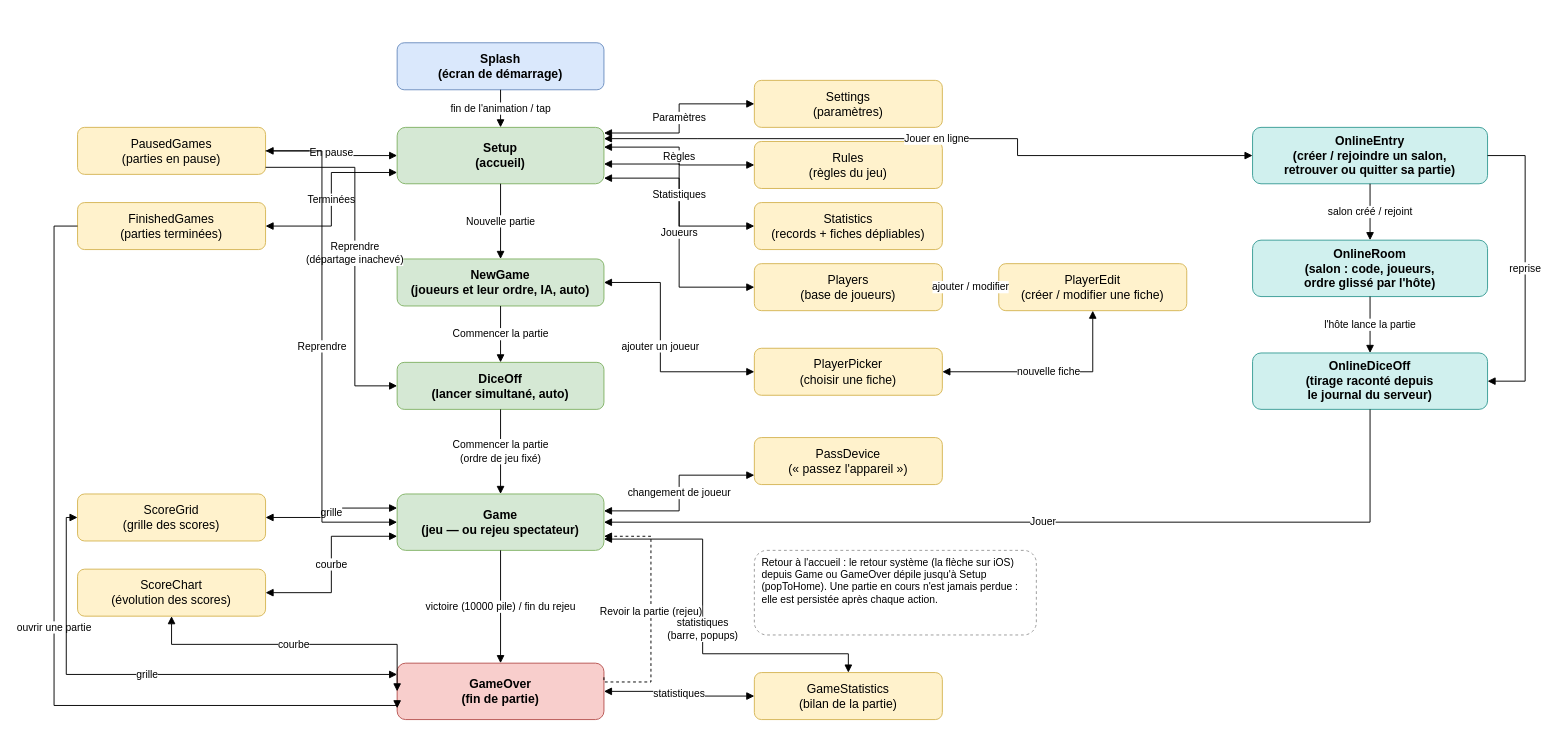
microscotch/tenk keeps this draw.io diagram as docs/screen-flow.drawio. Above is the earlier version. Source tidied: cells renumbered, new cells numbered last; positions are measured from the earlier drawing's top-left corner, leaving out a move shared by most shapes. Both pictures are drawn from the tidied source at 94%, with x=0, y=0 at pixel (54, 42).
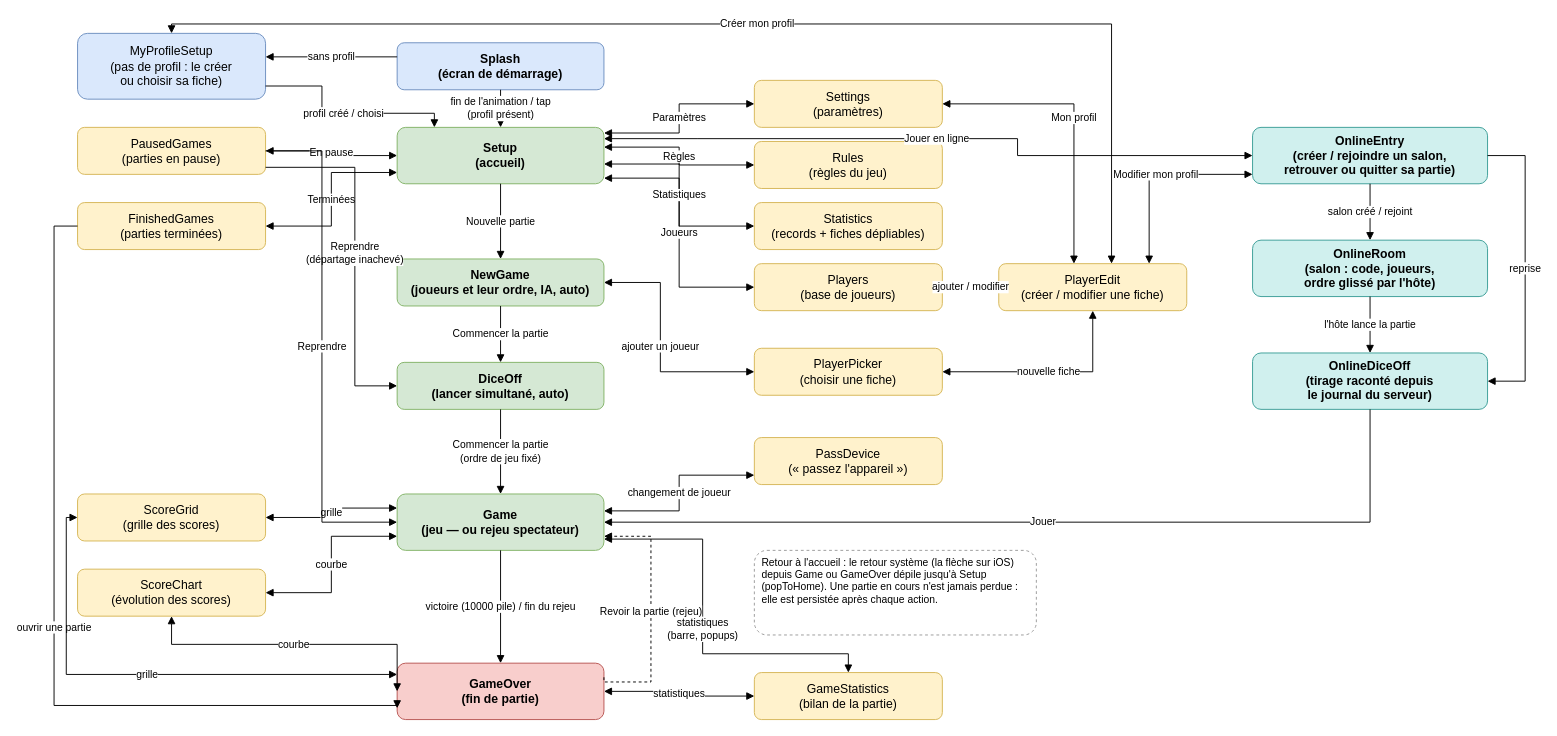
Above is the later version.

Unchanged cells that the change refers to:
```xml
<mxCell id="2" value="Splash&#10;(écran de démarrage)" style="rounded=1;whiteSpace=wrap;html=1;fillColor=#dae8fc;strokeColor=#6c8ebf;fontSize=13;fontStyle=1;" parent="1" vertex="1">
  <mxGeometry x="365" width="220" height="50" as="geometry" />
</mxCell>
<mxCell id="3" value="Setup&#10;(accueil)" style="rounded=1;whiteSpace=wrap;html=1;fillColor=#d5e8d4;strokeColor=#82b366;fontSize=13;fontStyle=1;" parent="1" vertex="1">
  <mxGeometry x="365" y="90" width="220" height="60" as="geometry" />
</mxCell>
<mxCell id="7" value="Settings&#10;(paramètres)" style="rounded=1;whiteSpace=wrap;html=1;fillColor=#fff2cc;strokeColor=#d6b656;fontSize=13;" parent="1" vertex="1">
  <mxGeometry x="745" y="40" width="200" height="50" as="geometry" />
</mxCell>
<mxCell id="10" value="PlayerEdit&#10;(créer / modifier une fiche)" style="rounded=1;whiteSpace=wrap;html=1;fillColor=#fff2cc;strokeColor=#d6b656;fontSize=13;" parent="1" vertex="1">
  <mxGeometry x="1005" y="235" width="200" height="50" as="geometry" />
</mxCell>
<mxCell id="46" value="OnlineEntry&#10;(créer / rejoindre un salon,&#10;retrouver ou quitter sa partie)" style="rounded=1;whiteSpace=wrap;html=1;fillColor=#d0f0ee;strokeColor=#3a9d97;fontSize=13;fontStyle=1;" parent="1" vertex="1">
  <mxGeometry x="1275" y="90" width="250" height="60" as="geometry" />
</mxCell>
```

Change to the diagram source:
```diff
@@
-    <mxCell id="21" value="fin de l'animation / tap" style="edgeStyle=orthogonalEdgeStyle;rounded=0;html=1;fontSize=11;endArrow=block;endFill=1;" parent="1" edge="1" source="2" target="3">
+    <mxCell id="21" value="fin de l'animation / tap&#10;(profil présent)" style="edgeStyle=orthogonalEdgeStyle;rounded=0;html=1;fontSize=11;endArrow=block;endFill=1;" parent="1" edge="1" source="2" target="3">
       <mxGeometry relative="1" as="geometry" />
     </mxCell>
@@
+    <mxCell id="54" value="MyProfileSetup&#10;(pas de profil : le créer&#10;ou choisir sa fiche)" style="rounded=1;whiteSpace=wrap;html=1;fillColor=#dae8fc;strokeColor=#6c8ebf;fontSize=13;" parent="1" vertex="1">
+      <mxGeometry x="25" y="-10" width="200" height="70" as="geometry" />
+    </mxCell>
+    <mxCell id="55" value="sans profil" style="edgeStyle=orthogonalEdgeStyle;rounded=0;html=1;fontSize=11;endArrow=block;endFill=1;labelBackgroundColor=#ffffff;exitX=0;exitY=0.3;entryX=1;entryY=0.357;" parent="1" edge="1" source="2" target="54">
+      <mxGeometry relative="1" as="geometry" />
+    </mxCell>
+    <mxCell id="56" value="profil créé / choisi" style="edgeStyle=orthogonalEdgeStyle;rounded=0;html=1;fontSize=11;endArrow=block;endFill=1;labelBackgroundColor=#ffffff;exitX=1;exitY=0.8;entryX=0.18;entryY=0;" parent="1" edge="1" source="54" target="3">
+      <mxGeometry relative="1" as="geometry">
+        <Array as="points">
+          <mxPoint x="285" y="46" />
+          <mxPoint x="285" y="75" />
+          <mxPoint x="405" y="75" />
+        </Array>
+      </mxGeometry>
+    </mxCell>
+    <mxCell id="57" value="Créer mon profil" style="edgeStyle=orthogonalEdgeStyle;rounded=0;html=1;fontSize=11;startArrow=block;startFill=1;endArrow=block;endFill=1;labelBackgroundColor=#ffffff;exitX=0.5;exitY=0;entryX=0.6;entryY=0;" parent="1" edge="1" source="54" target="10">
+      <mxGeometry relative="1" as="geometry">
+        <Array as="points">
+          <mxPoint x="125" y="-20" />
+          <mxPoint x="1125" y="-20" />
+        </Array>
+      </mxGeometry>
+    </mxCell>
+    <mxCell id="58" value="Mon profil" style="edgeStyle=orthogonalEdgeStyle;rounded=0;html=1;fontSize=11;startArrow=block;startFill=1;endArrow=block;endFill=1;labelBackgroundColor=#ffffff;exitX=1;exitY=0.5;entryX=0.4;entryY=0;" parent="1" edge="1" source="7" target="10">
+      <mxGeometry relative="1" as="geometry">
+        <Array as="points">
+          <mxPoint x="1085" y="65" />
+        </Array>
+      </mxGeometry>
+    </mxCell>
+    <mxCell id="59" value="Modifier mon profil" style="edgeStyle=orthogonalEdgeStyle;rounded=0;html=1;fontSize=11;startArrow=block;startFill=1;endArrow=block;endFill=1;labelBackgroundColor=#ffffff;exitX=0;exitY=0.833;entryX=0.8;entryY=0;" parent="1" edge="1" source="46" target="10">
+      <mxGeometry relative="1" as="geometry">
+        <Array as="points">
+          <mxPoint x="1165" y="140" />
+        </Array>
+      </mxGeometry>
+    </mxCell>
```
